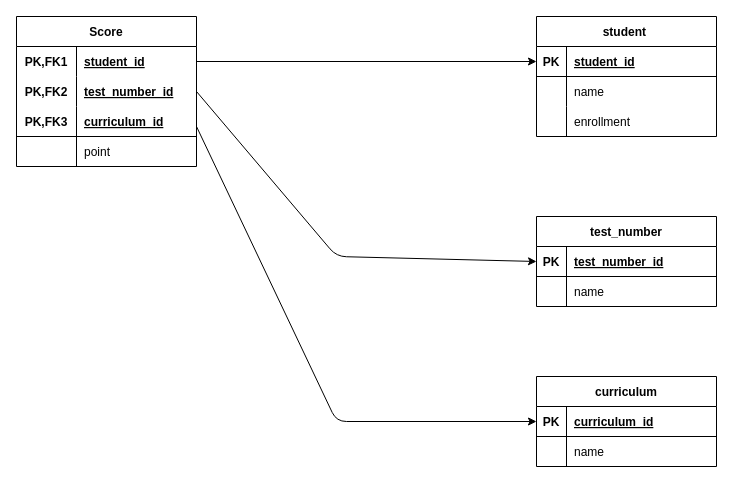
The draw.io diagram ER.dio in sasahara08/result_management, before the edit. Source tidied: cells renumbered, new cells numbered last; positions are measured from the earlier drawing's top-left corner, leaving out a move shared by most shapes. Both pictures are drawn from the tidied source at 100%, with x=0, y=0 at pixel (16, 16).
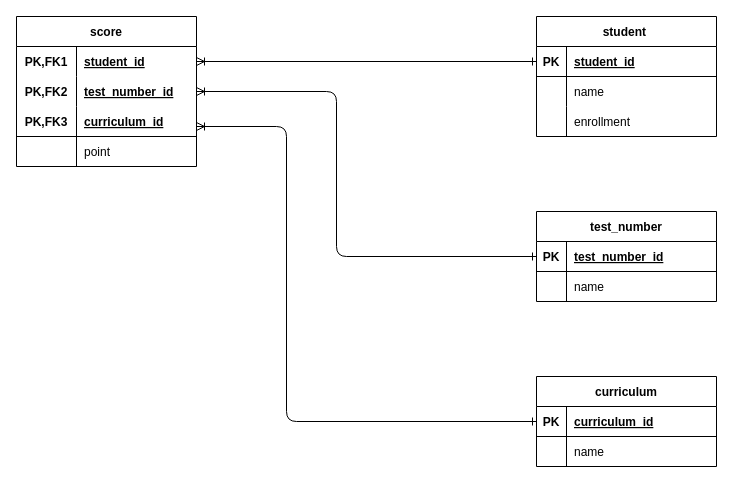
The same page after the edit.

The change refers to these unchanged cells:
```xml
<mxCell id="3" style="shape=tableRow;horizontal=0;startSize=0;swimlaneHead=0;swimlaneBody=0;fillColor=none;points=[[0,0.5],[1,0.5]];portConstraint=eastwest;top=0;left=0;right=0;bottom=1;" parent="2" vertex="1">
  <mxGeometry y="30" width="180" height="30" as="geometry" />
</mxCell>
<mxCell id="13" style="shape=tableRow;horizontal=0;startSize=0;swimlaneHead=0;swimlaneBody=0;fillColor=none;points=[[0,0.5],[1,0.5]];portConstraint=eastwest;top=0;left=0;right=0;bottom=1;" parent="12" vertex="1">
  <mxGeometry y="30" width="180" height="30" as="geometry" />
</mxCell>
<mxCell id="20" style="shape=tableRow;horizontal=0;startSize=0;swimlaneHead=0;swimlaneBody=0;fillColor=none;points=[[0,0.5],[1,0.5]];portConstraint=eastwest;top=0;left=0;right=0;bottom=1;" parent="19" vertex="1">
  <mxGeometry y="30" width="180" height="30" as="geometry" />
</mxCell>
<mxCell id="26" style="group;" parent="1" vertex="1">
  <mxGeometry width="210" height="240" as="geometry" />
</mxCell>
<mxCell id="28" style="shape=tableRow;horizontal=0;startSize=0;swimlaneHead=0;swimlaneBody=0;fillColor=none;points=[[0,0.5],[1,0.5]];portConstraint=eastwest;top=0;left=0;right=0;bottom=0;" parent="27" vertex="1">
  <mxGeometry y="30" width="180" height="30" as="geometry" />
</mxCell>
<mxCell id="31" style="shape=tableRow;horizontal=0;startSize=0;swimlaneHead=0;swimlaneBody=0;fillColor=none;points=[[0,0.5],[1,0.5]];portConstraint=eastwest;top=0;left=0;right=0;bottom=0;" parent="27" vertex="1">
  <mxGeometry y="60" width="180" height="30" as="geometry" />
</mxCell>
```

What changed in the source:
```diff
@@
     <mxCell id="12" value="test_number" style="shape=table;startSize=30;childLayout=tableLayout;rowLines=0;fontStyle=1;align=center;" parent="1" vertex="1">
-      <mxGeometry x="520" y="200" width="180" height="90" as="geometry" />
+      <mxGeometry x="520" y="195" width="180" height="90" as="geometry" />
     </mxCell>
@@
-    <mxCell id="27" value="Score" style="shape=table;startSize=30;childLayout=tableLayout;rowLines=0;fontStyle=1;align=center;fillColor=default;columnLines=1;swimlaneHead=1;swimlaneBody=1;horizontal=1;top=1;bottom=1;left=1;right=1;resizeLastRow=0;" parent="26" vertex="1">
+    <mxCell id="27" value="score" style="shape=table;startSize=30;childLayout=tableLayout;rowLines=0;fontStyle=1;align=center;fillColor=default;columnLines=1;swimlaneHead=1;swimlaneBody=1;horizontal=1;top=1;bottom=1;left=1;right=1;resizeLastRow=0;" parent="26" vertex="1">
       <mxGeometry width="180" height="150" as="geometry" />
     </mxCell>
@@
-    <mxCell id="41" style="edgeStyle=none;html=1;entryX=0;entryY=0.5;entryDx=0;entryDy=0;" parent="1" edge="1" source="28" target="3">
+    <mxCell id="41" style="edgeStyle=none;html=1;entryX=0;entryY=0.5;entryDx=0;entryDy=0;endArrow=ERone;endFill=0;startArrow=ERoneToMany;startFill=0;" parent="1" edge="1" source="28" target="3">
       <mxGeometry relative="1" as="geometry" />
     </mxCell>
-    <mxCell id="42" style="edgeStyle=none;html=1;entryX=0;entryY=0.5;entryDx=0;entryDy=0;exitX=1;exitY=0.5;exitDx=0;exitDy=0;" parent="1" edge="1" source="31" target="13">
+    <mxCell id="42" style="edgeStyle=none;html=1;entryX=0;entryY=0.5;entryDx=0;entryDy=0;exitX=1;exitY=0.5;exitDx=0;exitDy=0;endArrow=ERone;endFill=0;startArrow=ERoneToMany;startFill=0;" parent="1" edge="1" source="31" target="13">
       <mxGeometry relative="1" as="geometry">
         <Array as="points">
+          <mxPoint x="320" y="75" />
           <mxPoint x="320" y="240" />
         </Array>
       </mxGeometry>
     </mxCell>
-    <mxCell id="43" style="edgeStyle=none;html=1;entryX=0;entryY=0.5;entryDx=0;entryDy=0;exitX=1;exitY=0.5;exitDx=0;exitDy=0;" parent="1" edge="1" target="20">
+    <mxCell id="43" style="edgeStyle=none;html=1;entryX=0;entryY=0.5;entryDx=0;entryDy=0;exitX=1;exitY=0.5;exitDx=0;exitDy=0;endArrow=ERone;endFill=0;startArrow=ERoneToMany;startFill=0;" parent="1" edge="1" target="20">
       <mxGeometry relative="1" as="geometry">
         <mxPoint x="180" y="110" as="sourcePoint" />
         <Array as="points">
-          <mxPoint x="320" y="405" />
+          <mxPoint x="270" y="110" />
+          <mxPoint x="270" y="405" />
         </Array>
       </mxGeometry>
     </mxCell>
```
